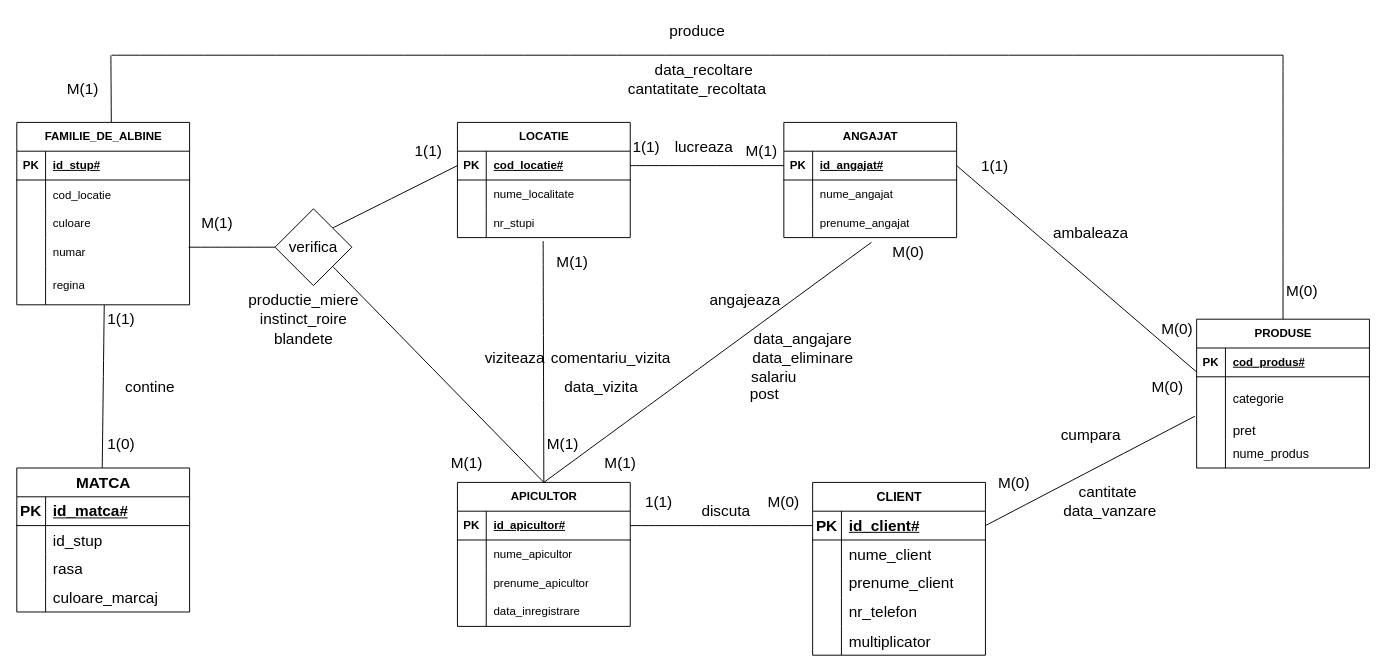
Matoka26/DataBase-Stupina keeps this draw.io diagram as page "Page-1" (1 of 2) of Diagramă fără titlu.drawio. Above is the earlier version. Source tidied: cells renumbered, new cells numbered last; positions are measured from the earlier drawing's top-left corner, leaving out a move shared by most shapes. Both pictures are drawn from the tidied source at 96%, with x=0, y=0 at pixel (16, 16).
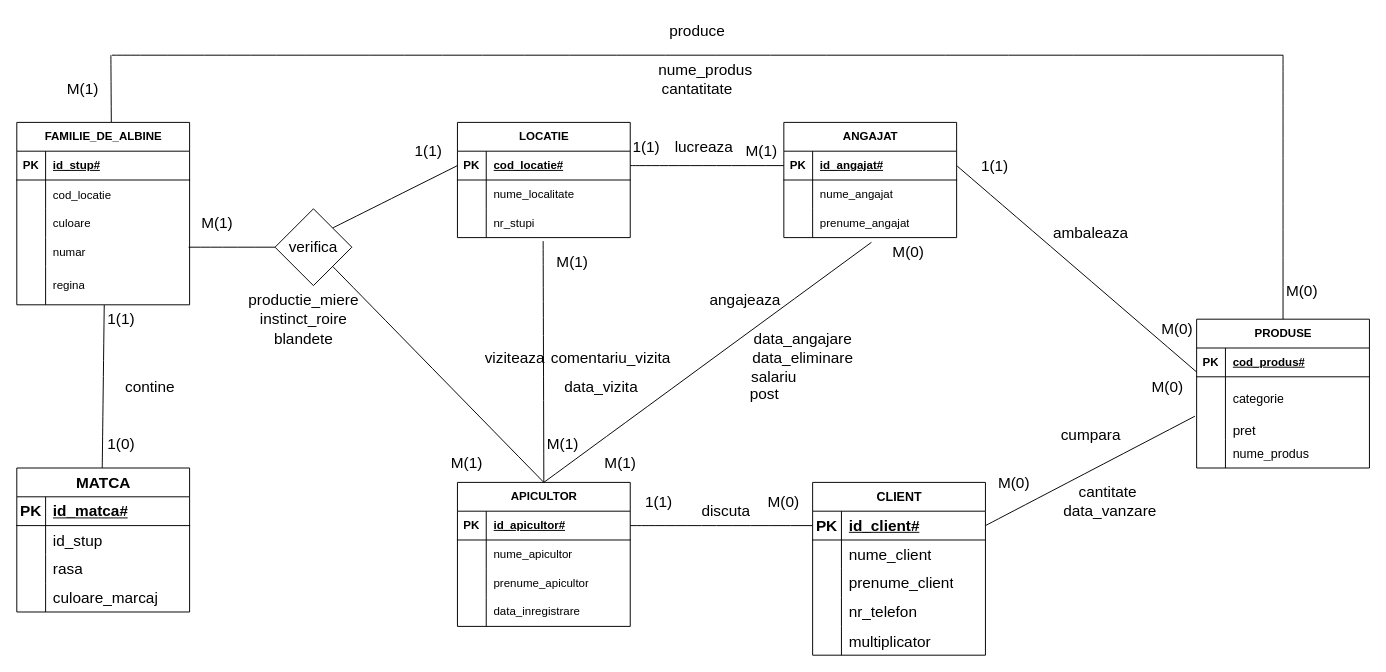
The same page after the edit.

What changed in the source:
```diff
@@
-    <mxCell id="140" value="data_recoltare" style="text;html=1;strokeColor=none;fillColor=none;align=center;verticalAlign=middle;whiteSpace=wrap;rounded=0;fontSize=16;" parent="1" vertex="1">
-      <mxGeometry x="686" y="40" width="60" height="30" as="geometry" />
+    <mxCell id="140" value="nume_produs" style="text;html=1;strokeColor=none;fillColor=none;align=center;verticalAlign=middle;whiteSpace=wrap;rounded=0;fontSize=16;" parent="1" vertex="1">
+      <mxGeometry x="689" y="40" width="57" height="30" as="geometry" />
     </mxCell>
-    <mxCell id="141" value="cantatitate_recoltata" style="text;html=1;strokeColor=none;fillColor=none;align=center;verticalAlign=middle;whiteSpace=wrap;rounded=0;fontSize=16;" parent="1" vertex="1">
+    <mxCell id="141" value="cantatitate" style="text;html=1;strokeColor=none;fillColor=none;align=center;verticalAlign=middle;whiteSpace=wrap;rounded=0;fontSize=16;" parent="1" vertex="1">
       <mxGeometry x="679" y="60" width="60" height="30" as="geometry" />
     </mxCell>
```
